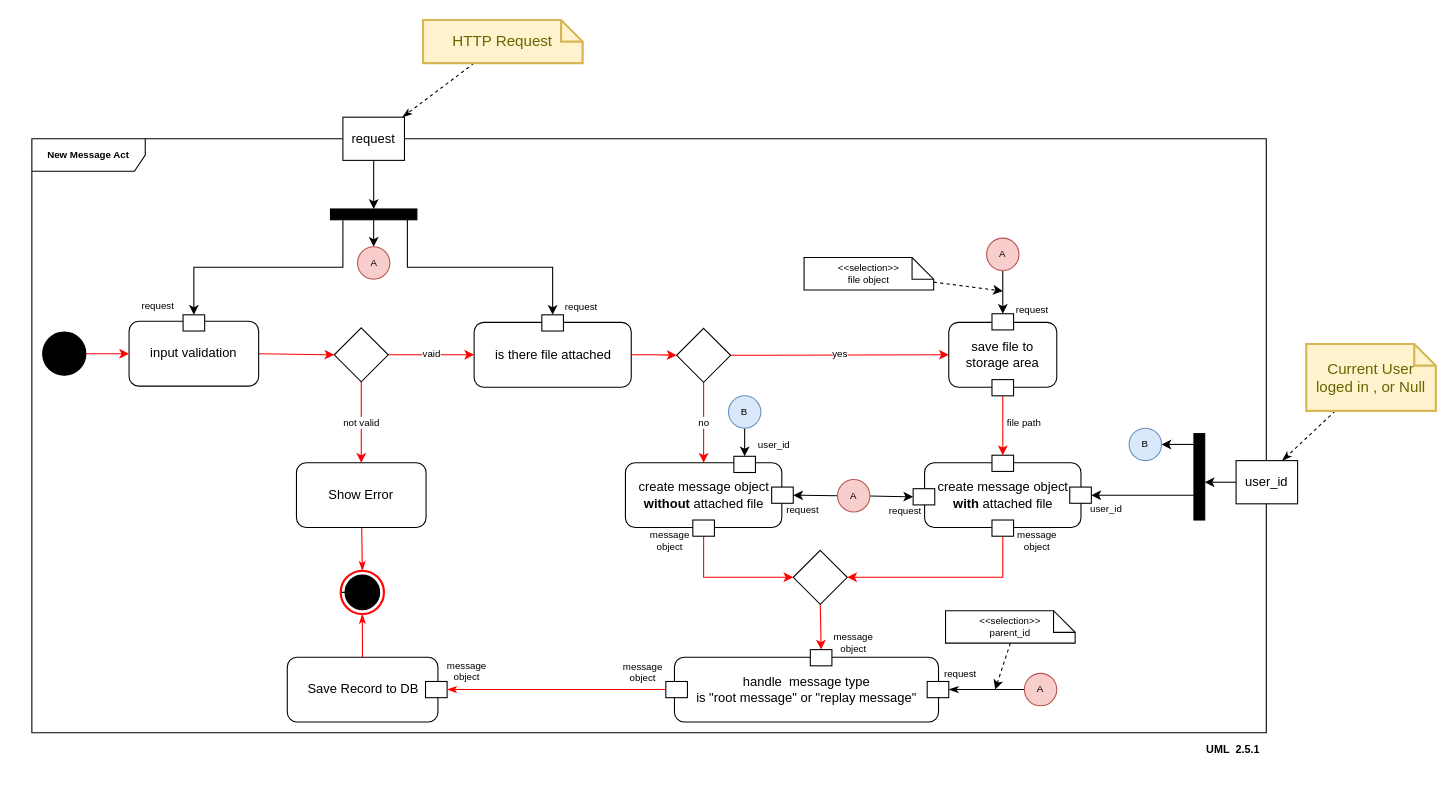
Above: page "new message act" (4 of 5) of requirements/diagrams/digrams.drawio in khaledfathi/laravel_task (draw.io), before the change. Source tidied: cells renumbered, new cells numbered last; positions are measured from the earlier drawing's top-left corner, leaving out a move shared by most shapes. Both pictures are drawn from the tidied source at 108%, with x=0, y=0 at pixel (31, 19).
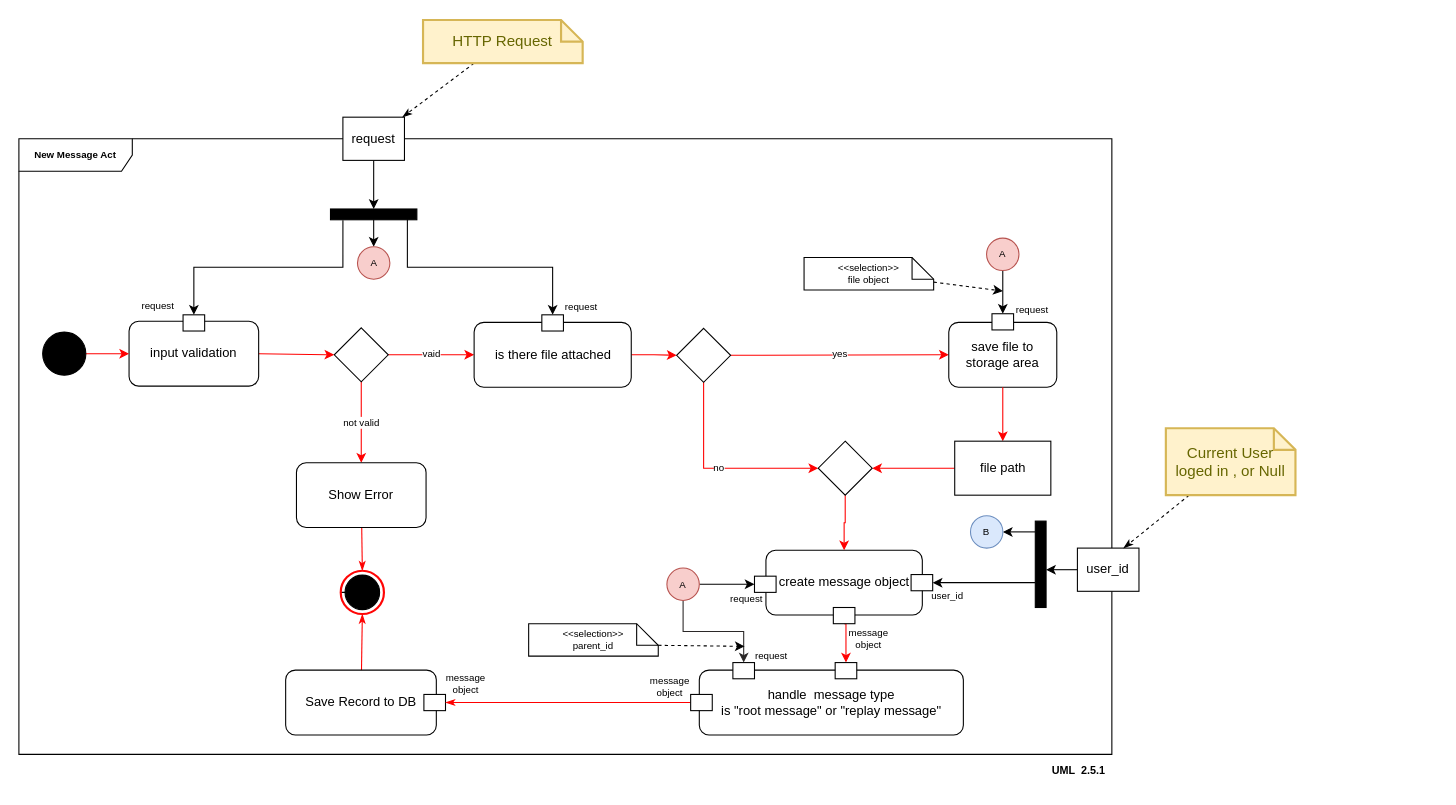
After the change.

Unchanged cells that the change refers to:
```xml
<mxCell id="20" style="rhombus;whiteSpace=wrap;html=1;strokeColor=#000000;strokeWidth=1;fillColor=none;" parent="1" vertex="1">
  <mxGeometry x="597" y="285.5" width="50" height="50" as="geometry" />
</mxCell>
<mxCell id="21" value="save file to storage area" style="rounded=1;whiteSpace=wrap;html=1;" parent="1" vertex="1">
  <mxGeometry x="849" y="280" width="100" height="60" as="geometry" />
</mxCell>
```

The edit, as a diff of the source:
```diff
@@
     <mxCell id="2" value="New Message Act" style="shape=umlFrame;whiteSpace=wrap;html=1;fontSize=9;width=105;height=30;fontStyle=1;strokeColor=#000000;" parent="1" vertex="1">
-      <mxGeometry y="110" width="1143" height="550" as="geometry" />
+      <mxGeometry x="-12" y="110" width="1012" height="570" as="geometry" />
     </mxCell>
@@
-    <mxCell id="18" value="no" style="edgeStyle=orthogonalEdgeStyle;rounded=0;jettySize=auto;html=1;fontSize=9;startArrow=none;startFill=0;endArrow=classic;endFill=1;exitX=0.5;exitY=1;exitDx=0;exitDy=0;entryX=0.5;entryY=0;entryDx=0;entryDy=0;strokeColor=#FF0000;" parent="1" edge="1" source="20" target="32">
+    <mxCell id="18" value="no" style="edgeStyle=orthogonalEdgeStyle;rounded=0;jettySize=auto;html=1;fontSize=9;startArrow=none;startFill=0;endArrow=classic;endFill=1;exitX=0.5;exitY=1;exitDx=0;exitDy=0;entryX=0;entryY=0.5;entryDx=0;entryDy=0;strokeColor=#FF0000;" parent="1" edge="1" source="20" target="96">
       <mxGeometry relative="1" as="geometry" />
     </mxCell>
@@
-    <mxCell id="29" style="edgeStyle=orthogonalEdgeStyle;rounded=0;jettySize=auto;html=1;entryX=0.5;entryY=0;entryDx=0;entryDy=0;fontSize=9;startArrow=none;startFill=0;endArrow=classic;endFill=1;exitX=0.5;exitY=1;exitDx=0;exitDy=0;strokeColor=#FF0000;" parent="1" edge="1" source="30" target="51">
+    <mxCell id="29" style="edgeStyle=orthogonalEdgeStyle;rounded=0;jettySize=auto;html=1;fontSize=9;startArrow=none;startFill=0;endArrow=classic;endFill=1;exitX=0.5;exitY=1;exitDx=0;exitDy=0;strokeColor=#FF0000;" parent="1" edge="1" source="21" target="52">
       <mxGeometry relative="1" as="geometry" />
     </mxCell>
-    <mxCell id="30" style="rounded=0;whiteSpace=wrap;html=1;" parent="1" vertex="1">
-      <mxGeometry x="889" y="333" width="20" height="15" as="geometry" />
-    </mxCell>
-    <mxCell id="31" value="create message object &lt;b&gt;with&lt;/b&gt; attached file" style="rounded=1;whiteSpace=wrap;html=1;" parent="1" vertex="1">
-      <mxGeometry x="826.6" y="410" width="144.8" height="60" as="geometry" />
+    <mxCell id="31" value="create message object" style="rounded=1;whiteSpace=wrap;html=1;" parent="1" vertex="1">
+      <mxGeometry x="679.7" y="491" width="144.8" height="60" as="geometry" />
     </mxCell>
-    <mxCell id="32" value="create message object &lt;b&gt;without&lt;/b&gt; attached file" style="rounded=1;whiteSpace=wrap;html=1;" parent="1" vertex="1">
-      <mxGeometry x="549.6" y="410" width="144.8" height="60" as="geometry" />
-    </mxCell>
-    <mxCell id="33" style="rounded=0;jettySize=auto;html=1;fontSize=9;startArrow=none;startFill=0;endArrow=classic;endFill=1;exitX=0.5;exitY=1;exitDx=0;exitDy=0;entryX=0.5;entryY=0;entryDx=0;entryDy=0;strokeColor=#FF0000;" parent="1" edge="1" source="34" target="73">
-      <mxGeometry relative="1" as="geometry" />
-    </mxCell>
-    <mxCell id="34" style="rhombus;whiteSpace=wrap;html=1;strokeColor=#000000;strokeWidth=1;fillColor=none;" parent="1" vertex="1">
-      <mxGeometry x="705" y="491" width="50" height="50" as="geometry" />
-    </mxCell>
-    <mxCell id="35" style="edgeStyle=orthogonalEdgeStyle;rounded=0;jettySize=auto;html=1;entryX=1;entryY=0.5;entryDx=0;entryDy=0;fontSize=9;startArrow=none;startFill=0;endArrow=classic;endFill=1;exitX=0.5;exitY=1;exitDx=0;exitDy=0;strokeColor=#FF0000;" parent="1" edge="1" source="36" target="34">
+    <mxCell id="35" style="edgeStyle=orthogonalEdgeStyle;rounded=0;jettySize=auto;html=1;entryX=0.5;entryY=0;entryDx=0;entryDy=0;fontSize=9;startArrow=none;startFill=0;endArrow=classic;endFill=1;exitX=0.5;exitY=1;exitDx=0;exitDy=0;strokeColor=#FF0000;" parent="1" edge="1" source="36" target="73">
       <mxGeometry relative="1" as="geometry" />
     </mxCell>
     <mxCell id="36" style="rounded=0;whiteSpace=wrap;html=1;" parent="1" vertex="1">
-      <mxGeometry x="889" y="463" width="20" height="15" as="geometry" />
+      <mxGeometry x="742.1" y="544" width="20" height="15" as="geometry" />
     </mxCell>
-    <mxCell id="37" style="edgeStyle=orthogonalEdgeStyle;rounded=0;jettySize=auto;html=1;entryX=0;entryY=0.5;entryDx=0;entryDy=0;fontSize=9;startArrow=none;startFill=0;endArrow=classic;endFill=1;exitX=0.5;exitY=1;exitDx=0;exitDy=0;strokeColor=#FF0000;" parent="1" edge="1" source="38" target="34">
-      <mxGeometry relative="1" as="geometry" />
-    </mxCell>
-    <mxCell id="38" style="rounded=0;whiteSpace=wrap;html=1;" parent="1" vertex="1">
-      <mxGeometry x="612" y="463" width="20" height="15" as="geometry" />
-    </mxCell>
-    <mxCell id="39" value="message object" style="text;html=1;strokeColor=none;fillColor=none;align=center;verticalAlign=middle;whiteSpace=wrap;rounded=0;fontSize=9;" parent="1" vertex="1">
-      <mxGeometry x="901" y="471" width="60" height="22" as="geometry" />
-    </mxCell>
-    <mxCell id="40" value="message object" style="text;html=1;strokeColor=none;fillColor=none;align=center;verticalAlign=middle;whiteSpace=wrap;rounded=0;fontSize=9;" parent="1" vertex="1">
-      <mxGeometry x="561" y="471" width="60" height="22" as="geometry" />
-    </mxCell>
     <mxCell id="41" style="rounded=0;whiteSpace=wrap;html=1;" parent="1" vertex="1">
-      <mxGeometry x="961" y="432.5" width="20" height="15" as="geometry" />
+      <mxGeometry x="814.1" y="513.5" width="20" height="15" as="geometry" />
     </mxCell>
-    <mxCell id="42" style="rounded=0;whiteSpace=wrap;html=1;" parent="1" vertex="1">
-      <mxGeometry x="650" y="404" width="20" height="15" as="geometry" />
-    </mxCell>
-    <mxCell id="43" value="user_id" style="text;html=1;strokeColor=none;fillColor=none;align=center;verticalAlign=middle;whiteSpace=wrap;rounded=0;fontSize=9;" parent="1" vertex="1">
-      <mxGeometry x="670" y="383" width="35" height="22" as="geometry" />
-    </mxCell>
     <mxCell id="44" value="user_id" style="text;html=1;strokeColor=none;fillColor=none;align=center;verticalAlign=middle;whiteSpace=wrap;rounded=0;fontSize=9;" parent="1" vertex="1">
-      <mxGeometry x="965" y="442" width="60" height="22" as="geometry" />
+      <mxGeometry x="818.1" y="523" width="60" height="22" as="geometry" />
     </mxCell>
@@
     <mxCell id="47" style="html=1;points=[];perimeter=orthogonalPerimeter;fontSize=9;fillColor=#000000;rotation=-180;" parent="1" vertex="1">
-      <mxGeometry x="1076" y="383" width="10" height="80" as="geometry" />
+      <mxGeometry x="929.1" y="464" width="10" height="80" as="geometry" />
     </mxCell>
     <mxCell id="48" value="B" style="ellipse;whiteSpace=wrap;html=1;fontSize=9;fillColor=#dae8fc;strokeColor=#6c8ebf;" parent="1" vertex="1">
-      <mxGeometry x="1016" y="378" width="30" height="30" as="geometry" />
+      <mxGeometry x="869.1" y="459" width="30" height="30" as="geometry" />
     </mxCell>
-    <mxCell id="49" style="edgeStyle=none;rounded=0;jettySize=auto;html=1;entryX=0.5;entryY=0;entryDx=0;entryDy=0;fontSize=9;startArrow=none;startFill=0;endArrow=classic;endFill=1;" parent="1" edge="1" source="50" target="42">
-      <mxGeometry relative="1" as="geometry" />
-    </mxCell>
-    <mxCell id="50" value="B" style="ellipse;whiteSpace=wrap;html=1;fontSize=9;fillColor=#dae8fc;strokeColor=#6c8ebf;" parent="1" vertex="1">
-      <mxGeometry x="645" y="348" width="30" height="30" as="geometry" />
-    </mxCell>
-    <mxCell id="51" style="rounded=0;whiteSpace=wrap;html=1;" parent="1" vertex="1">
-      <mxGeometry x="889" y="403" width="20" height="15" as="geometry" />
-    </mxCell>
-    <mxCell id="52" value="file path" style="text;html=1;strokeColor=none;fillColor=none;align=center;verticalAlign=middle;whiteSpace=wrap;rounded=0;fontSize=9;" parent="1" vertex="1">
-      <mxGeometry x="889" y="362" width="60" height="22" as="geometry" />
-    </mxCell>
-    <mxCell id="53" value="request" style="text;html=1;strokeColor=none;fillColor=none;align=center;verticalAlign=middle;whiteSpace=wrap;rounded=0;fontSize=9;" parent="1" vertex="1">
-      <mxGeometry x="684" y="449" width="60" height="10" as="geometry" />
-    </mxCell>
@@
-    <mxCell id="56" style="rounded=0;whiteSpace=wrap;html=1;" parent="1" vertex="1">
-      <mxGeometry x="685" y="432.5" width="20" height="15" as="geometry" />
-    </mxCell>
@@
-    <mxCell id="59" style="edgeStyle=none;rounded=0;jettySize=auto;html=1;fontSize=9;startArrow=none;startFill=0;endArrow=classic;endFill=1;" parent="1" edge="1" source="61" target="56">
-      <mxGeometry relative="1" as="geometry" />
-    </mxCell>
@@
+    <mxCell id="93" style="edgeStyle=orthogonalEdgeStyle;rounded=0;jettySize=auto;html=1;strokeColor=#2B2828;exitX=0.5;exitY=1;exitDx=0;exitDy=0;" parent="1" edge="1" source="61" target="97">
+      <mxGeometry relative="1" as="geometry" />
+    </mxCell>
     <mxCell id="61" value="A" style="ellipse;whiteSpace=wrap;html=1;fontSize=9;fillColor=#f8cecc;strokeColor=#b85450;" parent="1" vertex="1">
-      <mxGeometry x="746" y="425.5" width="30" height="30" as="geometry" />
+      <mxGeometry x="588" y="507.5" width="30" height="30" as="geometry" />
     </mxCell>
     <mxCell id="62" style="rounded=0;whiteSpace=wrap;html=1;" parent="1" vertex="1">
-      <mxGeometry x="816" y="434" width="20" height="15" as="geometry" />
+      <mxGeometry x="669.1" y="515" width="20" height="15" as="geometry" />
     </mxCell>
     <mxCell id="63" value="request" style="text;html=1;strokeColor=none;fillColor=none;align=center;verticalAlign=middle;whiteSpace=wrap;rounded=0;fontSize=9;" parent="1" vertex="1">
-      <mxGeometry x="779" y="450" width="60" height="10" as="geometry" />
+      <mxGeometry x="632.1" y="531" width="60" height="10" as="geometry" />
     </mxCell>
@@
-    <mxCell id="66" style="edgeStyle=orthogonalEdgeStyle;rounded=0;jettySize=auto;html=1;entryX=1;entryY=0.5;entryDx=0;entryDy=0;endArrow=classicThin;endFill=1;" parent="1" edge="1" source="67" target="75">
-      <mxGeometry relative="1" as="geometry" />
-    </mxCell>
-    <mxCell id="67" value="A" style="ellipse;whiteSpace=wrap;html=1;fontSize=9;fillColor=#f8cecc;strokeColor=#b85450;" parent="1" vertex="1">
-      <mxGeometry x="919" y="605" width="30" height="30" as="geometry" />
-    </mxCell>
@@
     <mxCell id="69" value="Save Record to DB" style="rounded=1;whiteSpace=wrap;html=1;" parent="1" vertex="1">
-      <mxGeometry x="236.5" y="590" width="139.5" height="60" as="geometry" />
+      <mxGeometry x="235" y="602" width="139.5" height="60" as="geometry" />
     </mxCell>
     <mxCell id="70" style="rounded=0;whiteSpace=wrap;html=1;" parent="1" vertex="1">
-      <mxGeometry x="364.5" y="612.5" width="20" height="15" as="geometry" />
+      <mxGeometry x="363" y="624.5" width="20" height="15" as="geometry" />
     </mxCell>
-    <mxCell id="71" value="message object" style="text;html=1;strokeColor=none;fillColor=none;align=center;verticalAlign=middle;whiteSpace=wrap;rounded=0;fontSize=9;" parent="1" vertex="1">
-      <mxGeometry x="536" y="593" width="60" height="22" as="geometry" />
-    </mxCell>
     <mxCell id="72" value="handle&amp;nbsp; message type&lt;br&gt;is &quot;root message&quot; or &quot;replay message&quot;" style="rounded=1;whiteSpace=wrap;html=1;" parent="1" vertex="1">
-      <mxGeometry x="595" y="590" width="244.5" height="60" as="geometry" />
+      <mxGeometry x="618" y="602" width="244.5" height="60" as="geometry" />
     </mxCell>
     <mxCell id="73" style="rounded=0;whiteSpace=wrap;html=1;" parent="1" vertex="1">
-      <mxGeometry x="720.8" y="583" width="20" height="15" as="geometry" />
+      <mxGeometry x="743.8" y="595" width="20" height="15" as="geometry" />
     </mxCell>
     <mxCell id="74" value="message object" style="text;html=1;strokeColor=none;fillColor=none;align=center;verticalAlign=middle;whiteSpace=wrap;rounded=0;fontSize=9;" parent="1" vertex="1">
-      <mxGeometry x="730.8" y="566" width="60" height="22" as="geometry" />
+      <mxGeometry x="745" y="562" width="60" height="22" as="geometry" />
     </mxCell>
-    <mxCell id="75" style="rounded=0;whiteSpace=wrap;html=1;" parent="1" vertex="1">
-      <mxGeometry x="829" y="612.5" width="20" height="15" as="geometry" />
-    </mxCell>
     <mxCell id="76" value="request" style="text;html=1;strokeColor=none;fillColor=none;align=center;verticalAlign=middle;whiteSpace=wrap;rounded=0;fontSize=9;" parent="1" vertex="1">
-      <mxGeometry x="830" y="601" width="60" height="10" as="geometry" />
+      <mxGeometry x="655" y="584" width="60" height="10" as="geometry" />
     </mxCell>
     <mxCell id="77" value="&amp;lt;&amp;lt;selection&amp;gt;&amp;gt;&lt;br&gt;parent_id" style="shape=note;size=20;whiteSpace=wrap;html=1;fontSize=9;fillColor=#FFFFFF;align=center;" parent="1" vertex="1">
-      <mxGeometry x="846" y="547" width="120" height="30" as="geometry" />
+      <mxGeometry x="460" y="559" width="120" height="30" as="geometry" />
     </mxCell>
-    <mxCell id="78" style="rounded=0;jettySize=auto;html=1;dashed=1;fontSize=9;startArrow=none;startFill=0;endArrow=classic;endFill=1;exitX=0.5;exitY=1;exitDx=0;exitDy=0;exitPerimeter=0;" parent="1" edge="1" source="77">
+    <mxCell id="78" style="rounded=0;jettySize=auto;html=1;dashed=1;fontSize=9;startArrow=none;startFill=0;endArrow=classic;endFill=1;exitX=0;exitY=0;exitDx=120;exitDy=20;exitPerimeter=0;" parent="1" edge="1" source="77">
       <mxGeometry relative="1" as="geometry">
-        <mxPoint x="892" y="620" as="targetPoint" />
+        <mxPoint x="660" y="580" as="targetPoint" />
       </mxGeometry>
     </mxCell>
@@
     <mxCell id="80" style="rounded=0;whiteSpace=wrap;html=1;" parent="1" vertex="1">
-      <mxGeometry x="587" y="612.5" width="20" height="15" as="geometry" />
+      <mxGeometry x="610" y="624.5" width="20" height="15" as="geometry" />
     </mxCell>
     <mxCell id="81" value="message object" style="text;html=1;strokeColor=none;fillColor=none;align=center;verticalAlign=middle;whiteSpace=wrap;rounded=0;fontSize=9;" parent="1" vertex="1">
-      <mxGeometry x="373" y="592" width="60" height="22" as="geometry" />
+      <mxGeometry x="371.5" y="604" width="60" height="22" as="geometry" />
     </mxCell>
@@
     <mxCell id="83" value="user_id" style="rounded=0;whiteSpace=wrap;html=1;" parent="1" vertex="1">
-      <mxGeometry x="1115" y="408" width="57" height="40" as="geometry" />
+      <mxGeometry x="968.1" y="489" width="57" height="40" as="geometry" />
     </mxCell>
@@
     <mxCell id="88" value="UML&amp;nbsp; 2.5.1" style="text;html=1;strokeColor=none;fillColor=none;align=center;verticalAlign=middle;whiteSpace=wrap;rounded=0;fontSize=10;fontStyle=1;" parent="1" vertex="1">
-      <mxGeometry x="1082" y="660" width="61" height="30" as="geometry" />
+      <mxGeometry x="939" y="680" width="61" height="30" as="geometry" />
     </mxCell>
@@
     <mxCell id="92" value="Current User loged in , or Null" style="shape=note;strokeWidth=2;fontSize=14;size=20;whiteSpace=wrap;html=1;fillColor=#fff2cc;strokeColor=#d6b656;fontColor=#666600;" parent="1" vertex="1">
-      <mxGeometry x="1180" y="300" width="120" height="62" as="geometry" />
+      <mxGeometry x="1050" y="378" width="120" height="62" as="geometry" />
     </mxCell>
+    <mxCell id="94" style="edgeStyle=orthogonalEdgeStyle;rounded=0;jettySize=auto;html=1;entryX=1;entryY=0.5;entryDx=0;entryDy=0;fillColor=#e51400;strokeColor=#ff0000;" parent="1" edge="1" source="52" target="96">
+      <mxGeometry relative="1" as="geometry" />
+    </mxCell>
+    <mxCell id="52" value="file path" style="rounded=0;whiteSpace=wrap;html=1;" parent="1" vertex="1">
+      <mxGeometry x="854.5" y="390" width="89" height="50" as="geometry" />
+    </mxCell>
+    <mxCell id="95" style="edgeStyle=orthogonalEdgeStyle;rounded=0;jettySize=auto;html=1;entryX=0.5;entryY=0;entryDx=0;entryDy=0;strokeColor=#ff0000;exitX=0.5;exitY=1;exitDx=0;exitDy=0;" parent="1" edge="1" source="96" target="31">
+      <mxGeometry relative="1" as="geometry" />
+    </mxCell>
+    <mxCell id="96" style="rhombus;whiteSpace=wrap;html=1;strokeColor=#000000;strokeWidth=1;fillColor=none;" parent="1" vertex="1">
+      <mxGeometry x="728.1" y="390" width="50" height="50" as="geometry" />
+    </mxCell>
+    <mxCell id="97" style="rounded=0;whiteSpace=wrap;html=1;" parent="1" vertex="1">
+      <mxGeometry x="649.1" y="595" width="20" height="15" as="geometry" />
+    </mxCell>
+    <mxCell id="98" value="message object" style="text;html=1;strokeColor=none;fillColor=none;align=center;verticalAlign=middle;whiteSpace=wrap;rounded=0;fontSize=9;" parent="1" vertex="1">
+      <mxGeometry x="561" y="606" width="60" height="22" as="geometry" />
+    </mxCell>
```
